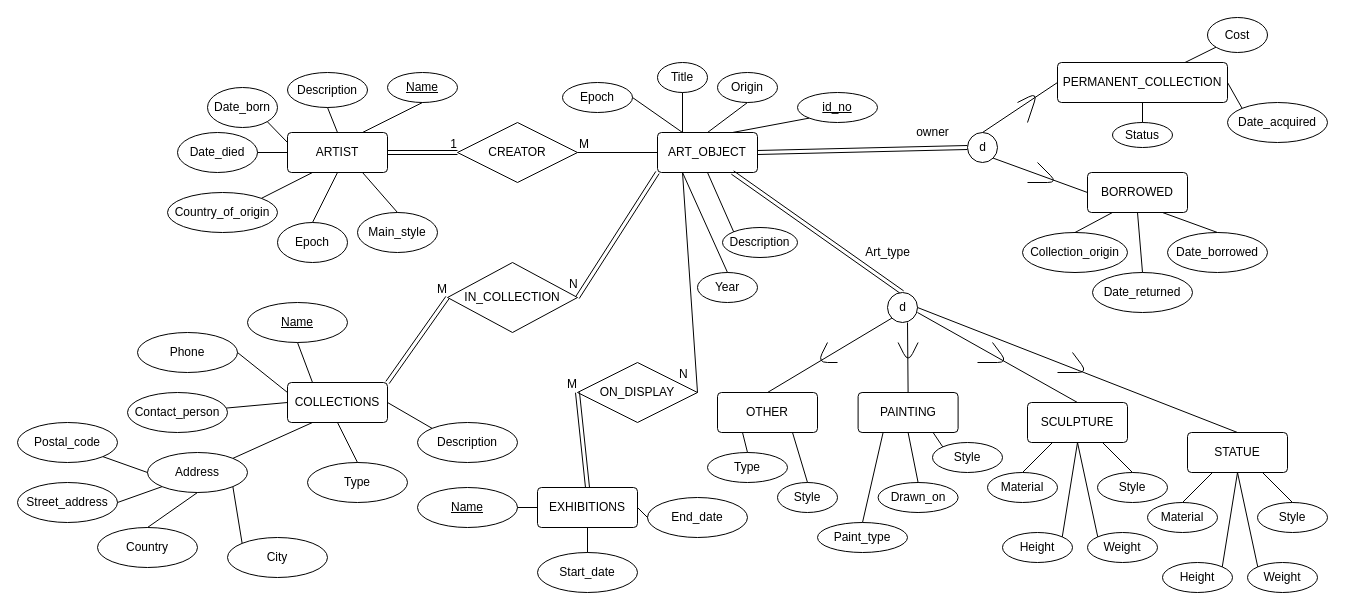
Above: Database_design/musemEER.drawio in aryan-karadia/Museum-SQL-Project (draw.io), before the change. Source tidied: cells renumbered, new cells numbered last; positions are measured from the earlier drawing's top-left corner, leaving out a move shared by most shapes. Both pictures are drawn from the tidied source at 100%, with x=0, y=0 at pixel (17, 17).
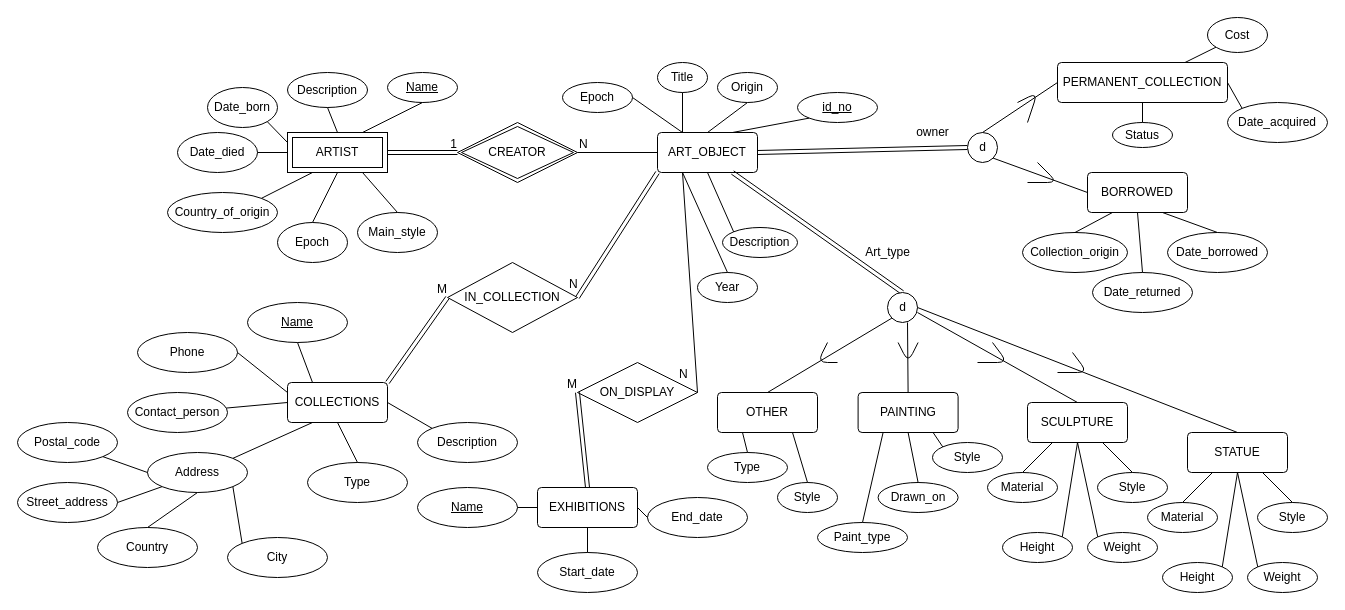
After the change.

Commit message (it also covers changes not shown here):
artist into weak entity

The change refers to these unchanged cells:
```xml
<mxCell id="79" value="Name" style="ellipse;whiteSpace=wrap;html=1;align=center;fontStyle=4;" parent="1" vertex="1">
  <mxGeometry x="370" y="55" width="70" height="30" as="geometry" />
</mxCell>
<mxCell id="81" value="Date_born" style="ellipse;whiteSpace=wrap;html=1;align=center;" parent="1" vertex="1">
  <mxGeometry x="190" y="70" width="70" height="40" as="geometry" />
</mxCell>
<mxCell id="83" value="Country_of_origin" style="ellipse;whiteSpace=wrap;html=1;align=center;" parent="1" vertex="1">
  <mxGeometry x="150" y="175" width="110" height="40" as="geometry" />
</mxCell>
<mxCell id="84" value="Epoch" style="ellipse;whiteSpace=wrap;html=1;align=center;" parent="1" vertex="1">
  <mxGeometry x="260" y="205" width="70" height="40" as="geometry" />
</mxCell>
<mxCell id="85" value="Main_style" style="ellipse;whiteSpace=wrap;html=1;align=center;" parent="1" vertex="1">
  <mxGeometry x="340" y="195" width="80" height="40" as="geometry" />
</mxCell>
<mxCell id="86" value="Description" style="ellipse;whiteSpace=wrap;html=1;align=center;" parent="1" vertex="1">
  <mxGeometry x="270" y="55" width="80" height="35" as="geometry" />
</mxCell>
```

What changed in the source:
```diff
@@
-    <mxCell id="78" value="ARTIST" style="rounded=1;arcSize=10;whiteSpace=wrap;html=1;align=center;" parent="1" vertex="1">
-      <mxGeometry x="270" y="115" width="100" height="40" as="geometry" />
-    </mxCell>
@@
-    <mxCell id="80" style="endArrow=none;html=1;rounded=0;exitX=0.5;exitY=1;exitDx=0;exitDy=0;entryX=0.75;entryY=0;entryDx=0;entryDy=0;" parent="1" edge="1" source="79" target="78">
-      <mxGeometry relative="1" as="geometry" />
+    <mxCell id="80" style="endArrow=none;html=1;rounded=0;exitX=0.5;exitY=1;exitDx=0;exitDy=0;entryX=0.75;entryY=0;entryDx=0;entryDy=0;" parent="1" edge="1" source="79">
+      <mxGeometry relative="1" as="geometry">
+        <mxPoint x="345" y="115" as="targetPoint" />
+      </mxGeometry>
     </mxCell>
@@
-    <mxCell id="87" style="endArrow=none;html=1;rounded=0;exitX=0.5;exitY=0;exitDx=0;exitDy=0;entryX=0.5;entryY=1;entryDx=0;entryDy=0;" parent="1" edge="1" source="78" target="86">
-      <mxGeometry relative="1" as="geometry" />
+    <mxCell id="87" style="endArrow=none;html=1;rounded=0;exitX=0.5;exitY=0;exitDx=0;exitDy=0;entryX=0.5;entryY=1;entryDx=0;entryDy=0;" parent="1" edge="1" target="86">
+      <mxGeometry relative="1" as="geometry">
+        <mxPoint x="320" y="115" as="sourcePoint" />
+      </mxGeometry>
     </mxCell>
-    <mxCell id="88" style="endArrow=none;html=1;rounded=0;exitX=0;exitY=0.25;exitDx=0;exitDy=0;entryX=1;entryY=1;entryDx=0;entryDy=0;" parent="1" edge="1" source="78" target="81">
-      <mxGeometry relative="1" as="geometry" />
+    <mxCell id="88" style="endArrow=none;html=1;rounded=0;exitX=0;exitY=0.25;exitDx=0;exitDy=0;entryX=1;entryY=1;entryDx=0;entryDy=0;" parent="1" edge="1" target="81">
+      <mxGeometry relative="1" as="geometry">
+        <mxPoint x="270" y="125" as="sourcePoint" />
+      </mxGeometry>
     </mxCell>
@@
-    <mxCell id="90" style="endArrow=none;html=1;rounded=0;exitX=0.25;exitY=1;exitDx=0;exitDy=0;entryX=1;entryY=0;entryDx=0;entryDy=0;" parent="1" edge="1" source="78" target="83">
-      <mxGeometry relative="1" as="geometry" />
+    <mxCell id="90" style="endArrow=none;html=1;rounded=0;exitX=0.25;exitY=1;exitDx=0;exitDy=0;entryX=1;entryY=0;entryDx=0;entryDy=0;" parent="1" edge="1" target="83">
+      <mxGeometry relative="1" as="geometry">
+        <mxPoint x="295" y="155" as="sourcePoint" />
+      </mxGeometry>
     </mxCell>
-    <mxCell id="91" style="endArrow=none;html=1;rounded=0;exitX=0.5;exitY=1;exitDx=0;exitDy=0;entryX=0.5;entryY=0;entryDx=0;entryDy=0;" parent="1" edge="1" source="78" target="84">
-      <mxGeometry relative="1" as="geometry" />
+    <mxCell id="91" style="endArrow=none;html=1;rounded=0;exitX=0.5;exitY=1;exitDx=0;exitDy=0;entryX=0.5;entryY=0;entryDx=0;entryDy=0;" parent="1" edge="1" target="84">
+      <mxGeometry relative="1" as="geometry">
+        <mxPoint x="320" y="155" as="sourcePoint" />
+      </mxGeometry>
     </mxCell>
-    <mxCell id="92" style="endArrow=none;html=1;rounded=0;exitX=0.5;exitY=0;exitDx=0;exitDy=0;entryX=0.75;entryY=1;entryDx=0;entryDy=0;" parent="1" edge="1" source="85" target="78">
-      <mxGeometry relative="1" as="geometry" />
+    <mxCell id="92" style="endArrow=none;html=1;rounded=0;exitX=0.5;exitY=0;exitDx=0;exitDy=0;entryX=0.75;entryY=1;entryDx=0;entryDy=0;" parent="1" edge="1" source="85">
+      <mxGeometry relative="1" as="geometry">
+        <mxPoint x="345" y="155" as="targetPoint" />
+      </mxGeometry>
     </mxCell>
@@
-    <mxCell id="94" value="CREATOR" style="shape=rhombus;perimeter=rhombusPerimeter;whiteSpace=wrap;html=1;align=center;" parent="1" vertex="1">
-      <mxGeometry x="440" y="105" width="120" height="60" as="geometry" />
-    </mxCell>
-    <mxCell id="95" style="shape=link;html=1;rounded=0;exitX=1;exitY=0.5;exitDx=0;exitDy=0;" parent="1" edge="1" source="78">
+    <mxCell id="95" style="shape=link;html=1;rounded=0;exitX=1;exitY=0.5;exitDx=0;exitDy=0;" parent="1" edge="1">
       <mxGeometry relative="1" as="geometry">
+        <mxPoint x="370" y="135" as="sourcePoint" />
         <mxPoint x="440" y="135" as="targetPoint" />
       </mxGeometry>
     </mxCell>
@@
-    <mxCell id="97" style="endArrow=none;html=1;rounded=0;exitX=1;exitY=0.5;exitDx=0;exitDy=0;" parent="1" edge="1" source="94">
+    <mxCell id="97" style="endArrow=none;html=1;rounded=0;exitX=1;exitY=0.5;exitDx=0;exitDy=0;" parent="1" edge="1">
       <mxGeometry relative="1" as="geometry">
+        <mxPoint x="560" y="135" as="sourcePoint" />
         <mxPoint x="640" y="135" as="targetPoint" />
       </mxGeometry>
     </mxCell>
-    <mxCell id="98" value="M" style="html=1;align=left;verticalAlign=bottom;" parent="97" vertex="1">
+    <mxCell id="98" value="N" style="html=1;align=left;verticalAlign=bottom;" parent="97" vertex="1">
       <mxGeometry x="-1" relative="1" as="geometry" />
     </mxCell>
@@
+    <mxCell id="78" value="ARTIST" style="shape=ext;margin=3;double=1;whiteSpace=wrap;html=1;align=center;" parent="1" vertex="1">
+      <mxGeometry x="270" y="115" width="100" height="40" as="geometry" />
+    </mxCell>
+    <mxCell id="94" value="CREATOR" style="shape=rhombus;double=1;perimeter=rhombusPerimeter;whiteSpace=wrap;html=1;align=center;" parent="1" vertex="1">
+      <mxGeometry x="440" y="105" width="120" height="60" as="geometry" />
+    </mxCell>
```
